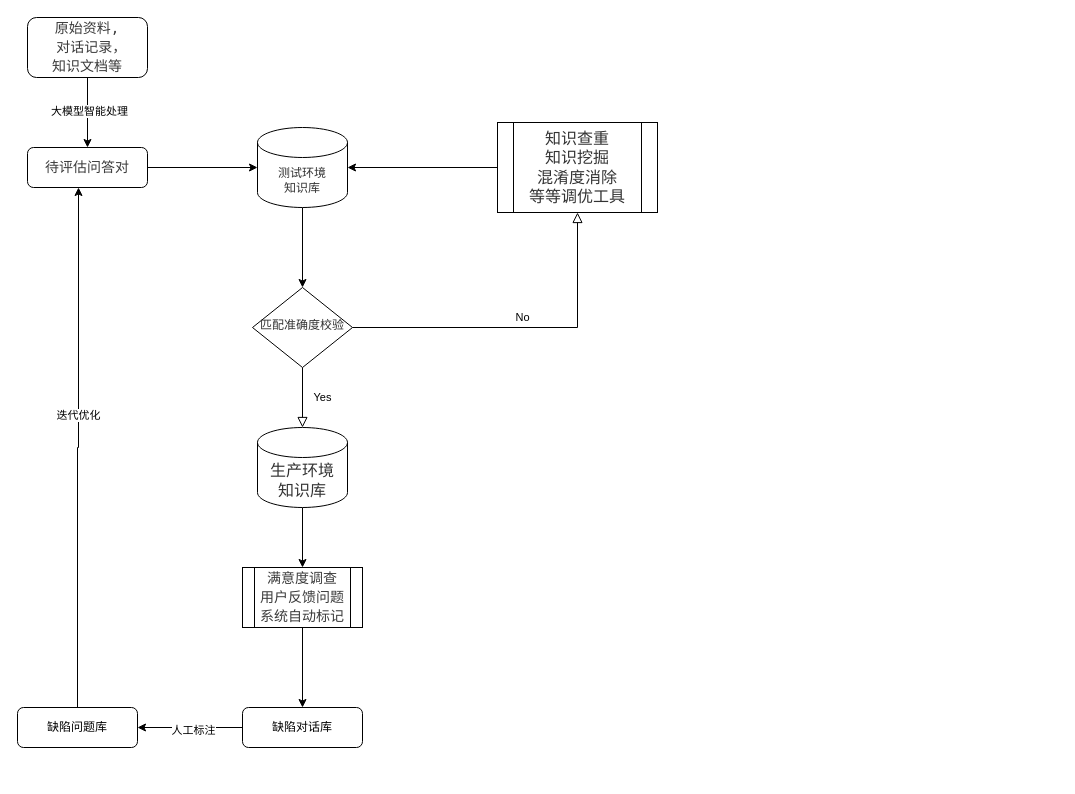
This is corpus/corpus.drawio from top4s/drawio, a draw.io file, before an edit. Source tidied: cells renumbered, new cells numbered last; positions are measured from the earlier drawing's top-left corner, leaving out a move shared by most shapes. Both pictures are drawn from the tidied source at 100%, with x=0, y=0 at pixel (17, 17).
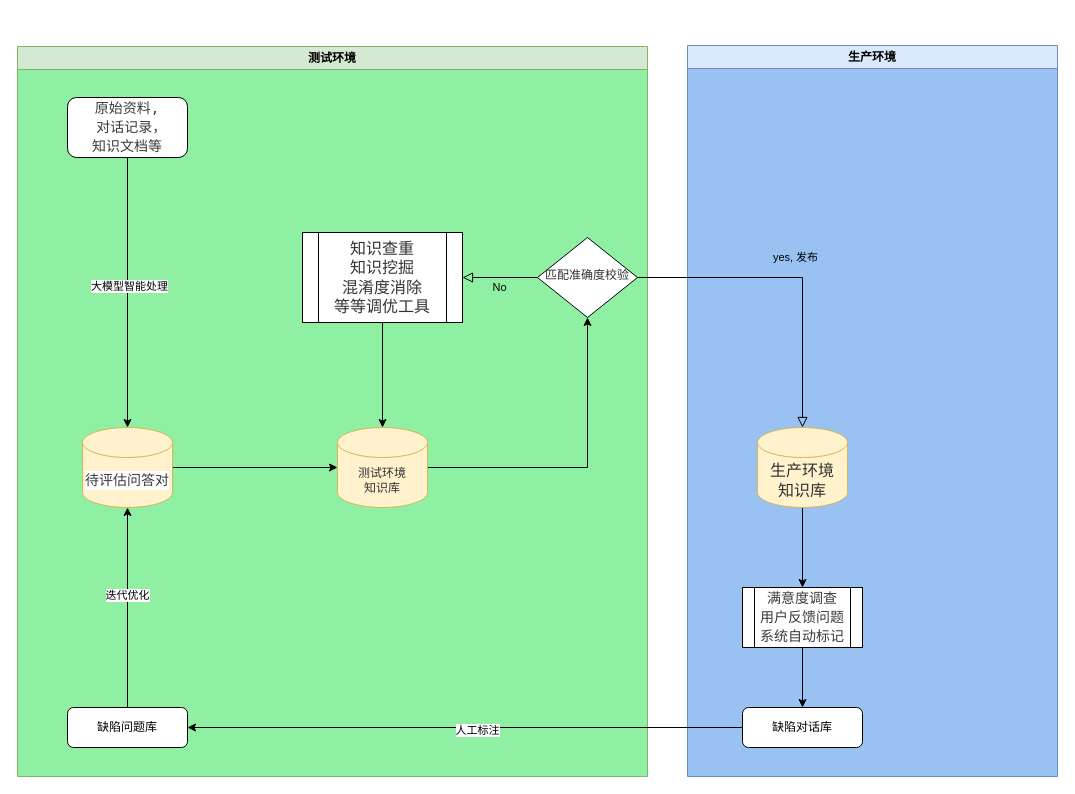
The same diagram, later.

Commit message:
划分区域并用颜色来归类

Change to the diagram source:
```diff
@@
-    <mxCell id="2" style="edgeStyle=orthogonalEdgeStyle;rounded=0;jettySize=auto;html=1;" parent="1" edge="1" source="3" target="15">
-      <mxGeometry relative="1" as="geometry" />
-    </mxCell>
-    <mxCell id="3" value="&lt;div style=&quot;color: #3b3b3b;background-color: #ffffff;font-family: 'Ubuntu Mono', 'Droid Sans Mono', 'monospace', monospace;font-weight: normal;font-size: 14px;line-height: 19px;white-space: pre;&quot;&gt;&lt;div&gt;&lt;span style=&quot;color: #3b3b3b;&quot;&gt;待评估问答对&lt;/span&gt;&lt;/div&gt;&lt;/div&gt;" style="rounded=1;whiteSpace=wrap;html=1;fontSize=12;glass=0;strokeWidth=1;shadow=0;" parent="1" vertex="1">
-      <mxGeometry x="10" y="130" width="120" height="40" as="geometry" />
-    </mxCell>
+    <mxCell id="24" value="生产环境" style="swimlane;whiteSpace=wrap;html=1;fillColor=#dae8fc;strokeColor=#6c8ebf;swimlaneFillColor=#99c1f1;" parent="1" vertex="1">
+      <mxGeometry x="670" y="28" width="370" height="731" as="geometry" />
+    </mxCell>
+    <mxCell id="25" value="测试环境" style="swimlane;whiteSpace=wrap;html=1;shadow=0;glass=0;rounded=0;swimlaneLine=1;fillColor=#D5E8D4;strokeColor=#82b366;swimlaneFillColor=#8ff0a4;" parent="1" vertex="1">
+      <mxGeometry y="29" width="630" height="730" as="geometry" />
+    </mxCell>
-    <mxCell id="4" value="Yes" style="rounded=0;html=1;jettySize=auto;fontSize=11;endArrow=block;endFill=0;endSize=8;strokeWidth=1;shadow=0;labelBackgroundColor=none;edgeStyle=orthogonalEdgeStyle;" parent="1" edge="1" source="6" target="17">
+    <mxCell id="4" value="yes, 发布" style="rounded=0;html=1;jettySize=auto;fontSize=11;endArrow=block;endFill=0;endSize=8;strokeWidth=1;shadow=0;labelBackgroundColor=none;edgeStyle=orthogonalEdgeStyle;" parent="1" edge="1" source="6" target="17">
       <mxGeometry y="20" relative="1" as="geometry" />
     </mxCell>
-    <mxCell id="5" value="No" style="edgeStyle=orthogonalEdgeStyle;rounded=0;html=1;jettySize=auto;fontSize=11;endArrow=block;endFill=0;endSize=8;strokeWidth=1;shadow=0;labelBackgroundColor=none;entryX=0.5;entryY=1;entryDx=0;entryDy=0;" parent="1" edge="1" source="6" target="23">
+    <mxCell id="5" value="No" style="edgeStyle=orthogonalEdgeStyle;rounded=0;html=1;jettySize=auto;fontSize=11;endArrow=block;endFill=0;endSize=8;strokeWidth=1;shadow=0;labelBackgroundColor=none;entryX=1;entryY=0.5;entryDx=0;entryDy=0;" parent="1" edge="1" source="6" target="23">
       <mxGeometry y="10" relative="1" as="geometry" />
     </mxCell>
     <mxCell id="6" value="&lt;div style=&quot;display: inline-block; white-space: nowrap;&quot;&gt;&lt;span style=&quot;fill: rgb(51, 51, 51); color: rgb(51, 51, 51);&quot; class=&quot;nodeLabel&quot;&gt;匹配准确度校验&lt;/span&gt;&lt;/div&gt;" style="rhombus;whiteSpace=wrap;html=1;shadow=0;fontFamily=Helvetica;fontSize=12;align=center;strokeWidth=1;spacing=6;spacingTop=-4;" parent="1" vertex="1">
-      <mxGeometry x="235" y="270" width="100" height="80" as="geometry" />
+      <mxGeometry x="520" y="220" width="100" height="80" as="geometry" />
     </mxCell>
@@
     <mxCell id="9" value="缺陷对话库" style="rounded=1;whiteSpace=wrap;html=1;fontSize=12;glass=0;strokeWidth=1;shadow=0;" parent="1" vertex="1">
-      <mxGeometry x="225" y="690" width="120" height="40" as="geometry" />
+      <mxGeometry x="725" y="690" width="120" height="40" as="geometry" />
     </mxCell>
     <mxCell id="10" value="缺陷问题库" style="rounded=1;whiteSpace=wrap;html=1;fontSize=12;glass=0;strokeWidth=1;shadow=0;" parent="1" vertex="1">
-      <mxGeometry y="690" width="120" height="40" as="geometry" />
+      <mxGeometry x="50" y="690" width="120" height="40" as="geometry" />
     </mxCell>
-    <mxCell id="11" style="edgeStyle=orthogonalEdgeStyle;rounded=0;jettySize=auto;html=1;" parent="1" edge="1" source="13" target="3">
+    <mxCell id="11" style="edgeStyle=orthogonalEdgeStyle;rounded=0;jettySize=auto;html=1;entryX=0.5;entryY=0;entryDx=0;entryDy=0;entryPerimeter=0;" parent="1" edge="1" source="13" target="3">
       <mxGeometry relative="1" as="geometry" />
     </mxCell>
@@
     <mxCell id="13" value="&lt;div style=&quot;color: #3b3b3b;background-color: #ffffff;font-family: 'Ubuntu Mono', 'Droid Sans Mono', 'monospace', monospace;font-weight: normal;font-size: 14px;line-height: 19px;white-space: pre;&quot;&gt;&lt;div&gt;&lt;span style=&quot;color: #3b3b3b;&quot;&gt;原始资料,&lt;/span&gt;&lt;/div&gt;&lt;div&gt;&lt;span style=&quot;color: #3b3b3b;&quot;&gt; 对话记录，&lt;/span&gt;&lt;/div&gt;&lt;div&gt;&lt;span style=&quot;color: #3b3b3b;&quot;&gt;知识文档等&lt;/span&gt;&lt;/div&gt;&lt;/div&gt;" style="rounded=1;whiteSpace=wrap;html=1;" parent="1" vertex="1">
-      <mxGeometry x="10" width="120" height="60" as="geometry" />
+      <mxGeometry x="50" y="80" width="120" height="60" as="geometry" />
     </mxCell>
@@
-    <mxCell id="15" value="&lt;div style=&quot;display: inline-block; white-space: nowrap;&quot;&gt;&lt;span style=&quot;fill: rgb(51, 51, 51); color: rgb(51, 51, 51);&quot; class=&quot;nodeLabel&quot;&gt;测试环境&lt;br&gt;知识库&lt;/span&gt;&lt;/div&gt;" style="shape=cylinder3;whiteSpace=wrap;html=1;boundedLbl=1;backgroundOutline=1;size=15;" parent="1" vertex="1">
-      <mxGeometry x="240" y="110" width="90" height="80" as="geometry" />
+    <mxCell id="15" value="&lt;div style=&quot;display: inline-block; white-space: nowrap;&quot;&gt;&lt;span style=&quot;fill: rgb(51, 51, 51); color: rgb(51, 51, 51);&quot; class=&quot;nodeLabel&quot;&gt;测试环境&lt;br&gt;知识库&lt;/span&gt;&lt;/div&gt;" style="shape=cylinder3;whiteSpace=wrap;html=1;boundedLbl=1;backgroundOutline=1;size=15;fillColor=#fff2cc;strokeColor=#d6b656;" parent="1" vertex="1">
+      <mxGeometry x="320" y="410" width="90" height="80" as="geometry" />
     </mxCell>
@@
-    <mxCell id="17" value="&lt;div&gt;&lt;span style=&quot;color: rgb(51, 51, 51); font-family: &amp;quot;trebuchet ms&amp;quot;, verdana, arial, sans-serif; font-size: 16px; font-style: normal; font-variant-ligatures: normal; font-variant-caps: normal; font-weight: 400; letter-spacing: normal; orphans: 2; text-align: center; text-indent: 0px; text-transform: none; widows: 2; word-spacing: 0px; -webkit-text-stroke-width: 0px; white-space: nowrap; text-decoration-thickness: initial; text-decoration-style: initial; text-decoration-color: initial; display: inline !important; float: none;&quot;&gt;生产环境&lt;/span&gt;&lt;/div&gt;&lt;div&gt;&lt;span style=&quot;color: rgb(51, 51, 51); font-family: &amp;quot;trebuchet ms&amp;quot;, verdana, arial, sans-serif; font-size: 16px; font-style: normal; font-variant-ligatures: normal; font-variant-caps: normal; font-weight: 400; letter-spacing: normal; orphans: 2; text-align: center; text-indent: 0px; text-transform: none; widows: 2; word-spacing: 0px; -webkit-text-stroke-width: 0px; white-space: nowrap; text-decoration-thickness: initial; text-decoration-style: initial; text-decoration-color: initial; display: inline !important; float: none;&quot;&gt;知识库&lt;br&gt;&lt;/span&gt;&lt;/div&gt;" style="shape=cylinder3;whiteSpace=wrap;html=1;boundedLbl=1;backgroundOutline=1;size=15;" parent="1" vertex="1">
-      <mxGeometry x="240" y="410" width="90" height="80" as="geometry" />
+    <mxCell id="17" value="&lt;div&gt;&lt;span style=&quot;color: rgb(51, 51, 51); font-family: &amp;quot;trebuchet ms&amp;quot;, verdana, arial, sans-serif; font-size: 16px; font-style: normal; font-variant-ligatures: normal; font-variant-caps: normal; font-weight: 400; letter-spacing: normal; orphans: 2; text-align: center; text-indent: 0px; text-transform: none; widows: 2; word-spacing: 0px; -webkit-text-stroke-width: 0px; white-space: nowrap; text-decoration-thickness: initial; text-decoration-style: initial; text-decoration-color: initial; display: inline !important; float: none;&quot;&gt;生产环境&lt;/span&gt;&lt;/div&gt;&lt;div&gt;&lt;span style=&quot;color: rgb(51, 51, 51); font-family: &amp;quot;trebuchet ms&amp;quot;, verdana, arial, sans-serif; font-size: 16px; font-style: normal; font-variant-ligatures: normal; font-variant-caps: normal; font-weight: 400; letter-spacing: normal; orphans: 2; text-align: center; text-indent: 0px; text-transform: none; widows: 2; word-spacing: 0px; -webkit-text-stroke-width: 0px; white-space: nowrap; text-decoration-thickness: initial; text-decoration-style: initial; text-decoration-color: initial; display: inline !important; float: none;&quot;&gt;知识库&lt;br&gt;&lt;/span&gt;&lt;/div&gt;" style="shape=cylinder3;whiteSpace=wrap;html=1;boundedLbl=1;backgroundOutline=1;size=15;fillColor=#fff2cc;strokeColor=#d6b656;" parent="1" vertex="1">
+      <mxGeometry x="740" y="410" width="90" height="80" as="geometry" />
     </mxCell>
@@
     <mxCell id="19" value="&lt;div style=&quot;color: #3b3b3b;background-color: #ffffff;font-family: 'Ubuntu Mono', 'Droid Sans Mono', 'monospace', monospace;font-weight: normal;font-size: 14px;line-height: 19px;white-space: pre;&quot;&gt;&lt;div&gt;&lt;span style=&quot;color: #3b3b3b;&quot;&gt;满意度调查&lt;/span&gt;&lt;/div&gt;&lt;div&gt;&lt;span style=&quot;color: #3b3b3b;&quot;&gt;用户反馈问题&lt;/span&gt;&lt;/div&gt;&lt;div&gt;&lt;span style=&quot;color: #3b3b3b;&quot;&gt;系统自动标记&lt;br&gt;&lt;/span&gt;&lt;/div&gt;&lt;/div&gt;" style="shape=process;whiteSpace=wrap;html=1;backgroundOutline=1;" parent="1" vertex="1">
-      <mxGeometry x="225" y="550" width="120" height="60" as="geometry" />
+      <mxGeometry x="725" y="570" width="120" height="60" as="geometry" />
     </mxCell>
-    <mxCell id="20" style="edgeStyle=orthogonalEdgeStyle;rounded=0;jettySize=auto;html=1;entryX=0.425;entryY=1;entryDx=0;entryDy=0;entryPerimeter=0;" parent="1" edge="1" source="10" target="3">
+    <mxCell id="20" style="edgeStyle=orthogonalEdgeStyle;rounded=0;jettySize=auto;html=1;entryX=0.5;entryY=1;entryDx=0;entryDy=0;entryPerimeter=0;" parent="1" edge="1" source="10" target="3">
       <mxGeometry relative="1" as="geometry" />
     </mxCell>
@@
     <mxCell id="23" value="&lt;span style=&quot;color: rgb(51, 51, 51); font-family: &amp;quot;trebuchet ms&amp;quot;, verdana, arial, sans-serif; font-size: 16px; font-style: normal; font-variant-ligatures: normal; font-variant-caps: normal; font-weight: 400; letter-spacing: normal; orphans: 2; text-align: center; text-indent: 0px; text-transform: none; widows: 2; word-spacing: 0px; -webkit-text-stroke-width: 0px; white-space: nowrap; text-decoration-thickness: initial; text-decoration-style: initial; text-decoration-color: initial; display: inline !important; float: none;&quot;&gt;知识查重&lt;/span&gt;&lt;br style=&quot;color: rgb(51, 51, 51); font-family: &amp;quot;trebuchet ms&amp;quot;, verdana, arial, sans-serif; font-size: 16px; font-style: normal; font-variant-ligatures: normal; font-variant-caps: normal; font-weight: 400; letter-spacing: normal; orphans: 2; text-align: center; text-indent: 0px; text-transform: none; widows: 2; word-spacing: 0px; -webkit-text-stroke-width: 0px; white-space: nowrap; text-decoration-thickness: initial; text-decoration-style: initial; text-decoration-color: initial;&quot;&gt;&lt;span style=&quot;color: rgb(51, 51, 51); font-family: &amp;quot;trebuchet ms&amp;quot;, verdana, arial, sans-serif; font-size: 16px; font-style: normal; font-variant-ligatures: normal; font-variant-caps: normal; font-weight: 400; letter-spacing: normal; orphans: 2; text-align: center; text-indent: 0px; text-transform: none; widows: 2; word-spacing: 0px; -webkit-text-stroke-width: 0px; white-space: nowrap; text-decoration-thickness: initial; text-decoration-style: initial; text-decoration-color: initial; display: inline !important; float: none;&quot;&gt;知识挖掘&lt;/span&gt;&lt;br style=&quot;color: rgb(51, 51, 51); font-family: &amp;quot;trebuchet ms&amp;quot;, verdana, arial, sans-serif; font-size: 16px; font-style: normal; font-variant-ligatures: normal; font-variant-caps: normal; font-weight: 400; letter-spacing: normal; orphans: 2; text-align: center; text-indent: 0px; text-transform: none; widows: 2; word-spacing: 0px; -webkit-text-stroke-width: 0px; white-space: nowrap; text-decoration-thickness: initial; text-decoration-style: initial; text-decoration-color: initial;&quot;&gt;&lt;div&gt;&lt;span style=&quot;color: rgb(51, 51, 51); font-family: &amp;quot;trebuchet ms&amp;quot;, verdana, arial, sans-serif; font-size: 16px; font-style: normal; font-variant-ligatures: normal; font-variant-caps: normal; font-weight: 400; letter-spacing: normal; orphans: 2; text-align: center; text-indent: 0px; text-transform: none; widows: 2; word-spacing: 0px; -webkit-text-stroke-width: 0px; white-space: nowrap; text-decoration-thickness: initial; text-decoration-style: initial; text-decoration-color: initial; display: inline !important; float: none;&quot;&gt;混淆度消除&lt;/span&gt;&lt;/div&gt;&lt;div&gt;&lt;span style=&quot;color: rgb(51, 51, 51); font-family: &amp;quot;trebuchet ms&amp;quot;, verdana, arial, sans-serif; font-size: 16px; font-style: normal; font-variant-ligatures: normal; font-variant-caps: normal; font-weight: 400; letter-spacing: normal; orphans: 2; text-align: center; text-indent: 0px; text-transform: none; widows: 2; word-spacing: 0px; -webkit-text-stroke-width: 0px; white-space: nowrap; text-decoration-thickness: initial; text-decoration-style: initial; text-decoration-color: initial; display: inline !important; float: none;&quot;&gt;等等调优工具&lt;br&gt;&lt;/span&gt;&lt;/div&gt;" style="shape=process;whiteSpace=wrap;html=1;backgroundOutline=1;" parent="1" vertex="1">
-      <mxGeometry x="480" y="105" width="160" height="90" as="geometry" />
+      <mxGeometry x="285" y="215" width="160" height="90" as="geometry" />
     </mxCell>
+    <mxCell id="2" style="edgeStyle=orthogonalEdgeStyle;rounded=0;jettySize=auto;html=1;" parent="1" edge="1" source="3" target="15">
+      <mxGeometry relative="1" as="geometry" />
+    </mxCell>
+    <mxCell id="3" value="&lt;div style=&quot;color: #3b3b3b;background-color: #ffffff;font-family: 'Ubuntu Mono', 'Droid Sans Mono', 'monospace', monospace;font-weight: normal;font-size: 14px;line-height: 19px;white-space: pre;&quot;&gt;&lt;div&gt;&lt;span style=&quot;color: #3b3b3b;&quot;&gt;待评估问答对&lt;/span&gt;&lt;/div&gt;&lt;/div&gt;" style="shape=cylinder3;whiteSpace=wrap;html=1;boundedLbl=1;backgroundOutline=1;size=15;fillColor=#fff2cc;strokeColor=#d6b656;" parent="1" vertex="1">
+      <mxGeometry x="65" y="410" width="90" height="80" as="geometry" />
+    </mxCell>
```
